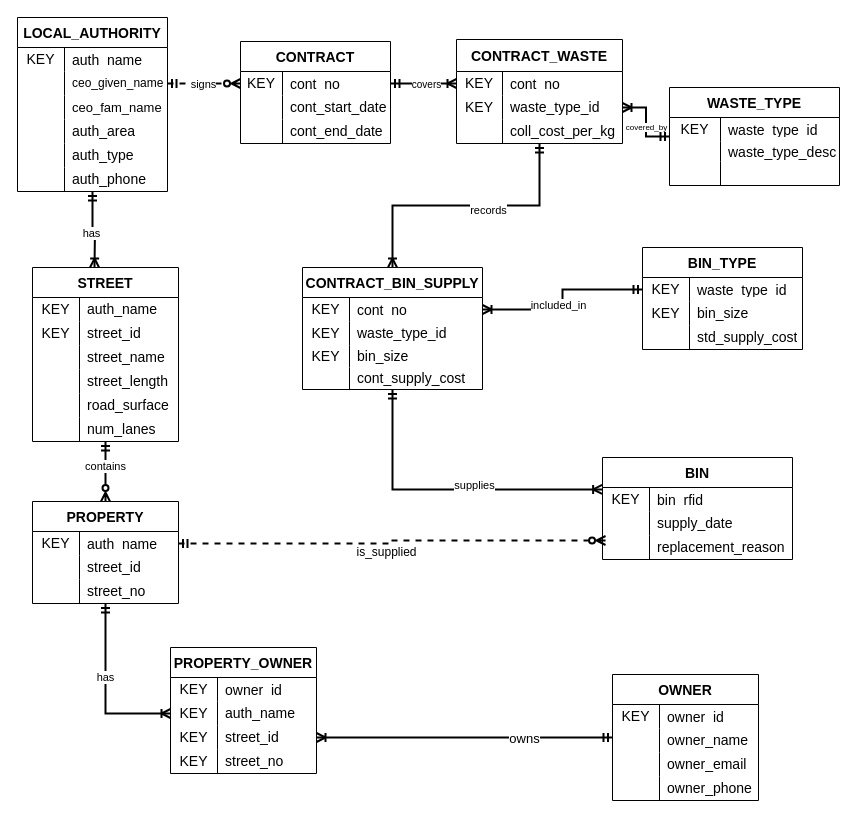
Before: Assignments/Ass1/ca_conceptual.drawio in riabansal27/databases-project, a draw.io diagram. Source tidied: cells renumbered, new cells numbered last; positions are measured from the earlier drawing's top-left corner, leaving out a move shared by most shapes. Both pictures are drawn from the tidied source at 100%, with x=0, y=0 at pixel (17, 17).
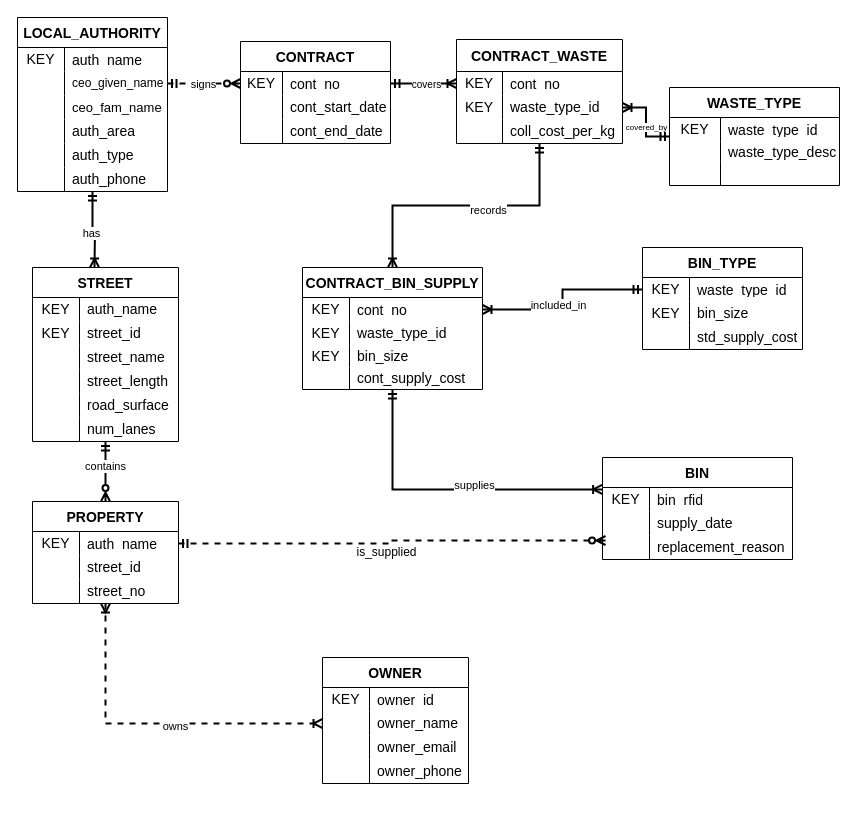
The same diagram, later.

Commit message (it also covers changes not shown here):
Removed PROPERTY_OWNER - replaced with MM relationship per unit rules

The change refers to these unchanged cells:
```xml
<mxCell id="44" value="PROPERTY" style="shape=table;startSize=30;childLayout=tableLayout;rowLines=0;fontStyle=1;fontSize=14;strokeWidth=1;rounded=0;" parent="1" vertex="1">
  <mxGeometry x="15" y="484" width="146" height="102" as="geometry" />
</mxCell>
<mxCell id="60" style="shape=tableRow;horizontal=0;startSize=0;swimlaneHead=0;swimlaneBody=0;top=0;left=0;bottom=0;right=0;fillColor=none;points=[[0,0.5],[1,0.5]];portConstraint=eastwest;strokeColor=inherit;fontSize=16;" parent="56" vertex="1">
  <mxGeometry y="54" width="146" height="24" as="geometry" />
</mxCell>
```

What changed in the source:
```diff
@@
-    <mxCell id="42" style="edgeStyle=orthogonalEdgeStyle;rounded=0;jettySize=auto;html=1;entryX=0;entryY=0.5;entryDx=0;entryDy=0;strokeWidth=2;startArrow=ERmandOne;startFill=0;endArrow=ERoneToMany;endFill=0;" parent="1" edge="1" source="44" target="142">
-      <mxGeometry relative="1" as="geometry" />
-    </mxCell>
-    <mxCell id="43" value="has" style="edgeLabel;html=1;align=center;verticalAlign=middle;" parent="42" vertex="1">
-      <mxGeometry x="-0.17" y="-1" relative="1" as="geometry" />
-    </mxCell>
+    <mxCell id="161" style="edgeStyle=orthogonalEdgeStyle;rounded=0;jettySize=auto;html=1;entryX=0;entryY=0.5;entryDx=0;entryDy=0;dashed=1;startArrow=ERoneToMany;startFill=0;endArrow=ERoneToMany;endFill=0;strokeWidth=2;" parent="1" edge="1" source="44" target="60">
+      <mxGeometry relative="1" as="geometry" />
+    </mxCell>
+    <mxCell id="55" value="owns" style="edgeLabel;html=1;align=center;verticalAlign=middle;" parent="161" vertex="1">
+      <mxGeometry x="0.12" y="-2" relative="1" as="geometry" />
+    </mxCell>
@@
-    <mxCell id="54" style="edgeStyle=orthogonalEdgeStyle;rounded=0;jettySize=auto;html=1;entryX=1;entryY=0.5;entryDx=0;entryDy=0;endArrow=ERoneToMany;endFill=0;startArrow=ERmandOne;startFill=0;strokeWidth=2;" parent="1" edge="1" source="56" target="145">
-      <mxGeometry relative="1" as="geometry" />
-    </mxCell>
-    <mxCell id="55" value="&lt;font style=&quot;font-size: 13px;&quot;&gt;owns&lt;/font&gt;" style="edgeLabel;html=1;align=center;verticalAlign=middle;" parent="54" vertex="1">
-      <mxGeometry x="-0.4" relative="1" as="geometry" />
-    </mxCell>
     <mxCell id="56" value="OWNER" style="shape=table;startSize=30;childLayout=tableLayout;rowLines=0;fontStyle=1;fontSize=14;strokeWidth=1;rounded=0;" parent="1" vertex="1">
-      <mxGeometry x="595" y="657" width="146" height="126" as="geometry" />
+      <mxGeometry x="305" y="640" width="146" height="126" as="geometry" />
     </mxCell>
@@
-    <mxCell id="138" value="PROPERTY_OWNER" style="shape=table;startSize=30;childLayout=tableLayout;rowLines=0;fontStyle=1;fontSize=14;strokeWidth=1;rounded=0;" parent="1" vertex="1">
-      <mxGeometry x="153" y="630" width="146" height="126" as="geometry" />
-    </mxCell>
-    <mxCell id="139" style="shape=tableRow;horizontal=0;startSize=0;swimlaneHead=0;swimlaneBody=0;top=0;left=0;bottom=0;right=0;fillColor=none;strokeColor=inherit;fontSize=16;" parent="138" vertex="1">
-      <mxGeometry y="30" width="146" height="24" as="geometry" />
-    </mxCell>
-    <mxCell id="140" value="KEY" style="shape=partialRectangle;html=1;whiteSpace=wrap;fillColor=none;top=0;left=0;bottom=0;right=0;overflow=hidden;strokeColor=inherit;fontSize=14;" parent="139" vertex="1">
-      <mxGeometry width="47" height="24" as="geometry" />
-    </mxCell>
-    <mxCell id="141" value="&lt;div style=&quot;line-height: 100%;&quot;&gt;owner_id&lt;/div&gt;" style="shape=partialRectangle;html=1;whiteSpace=wrap;fillColor=none;top=0;left=0;bottom=0;right=0;align=left;spacingLeft=6;overflow=hidden;strokeColor=inherit;fontSize=14;spacing=2;spacingBottom=0;" parent="139" vertex="1">
-      <mxGeometry x="47" width="99" height="24" as="geometry" />
-    </mxCell>
-    <mxCell id="142" style="shape=tableRow;horizontal=0;startSize=0;swimlaneHead=0;swimlaneBody=0;top=0;left=0;bottom=0;right=0;fillColor=none;points=[[0,0.5],[1,0.5]];portConstraint=eastwest;strokeColor=inherit;fontSize=16;" parent="138" vertex="1">
-      <mxGeometry y="54" width="146" height="24" as="geometry" />
-    </mxCell>
-    <mxCell id="143" value="KEY" style="shape=partialRectangle;html=1;whiteSpace=wrap;fillColor=none;top=0;left=0;bottom=0;right=0;overflow=hidden;strokeColor=inherit;fontSize=14;" parent="142" vertex="1">
-      <mxGeometry width="47" height="24" as="geometry" />
-    </mxCell>
-    <mxCell id="144" value="auth_name" style="shape=partialRectangle;html=1;whiteSpace=wrap;fillColor=none;top=0;left=0;bottom=0;right=0;align=left;spacingLeft=6;overflow=hidden;strokeColor=inherit;fontSize=14;" parent="142" vertex="1">
-      <mxGeometry x="47" width="99" height="24" as="geometry" />
-    </mxCell>
-    <mxCell id="145" style="shape=tableRow;horizontal=0;startSize=0;swimlaneHead=0;swimlaneBody=0;top=0;left=0;bottom=0;right=0;fillColor=none;points=[[0,0.5],[1,0.5]];portConstraint=eastwest;strokeColor=inherit;fontSize=16;" parent="138" vertex="1">
-      <mxGeometry y="78" width="146" height="24" as="geometry" />
-    </mxCell>
-    <mxCell id="146" value="KEY" style="shape=partialRectangle;html=1;whiteSpace=wrap;fillColor=none;top=0;left=0;bottom=0;right=0;overflow=hidden;strokeColor=inherit;fontSize=14;" parent="145" vertex="1">
-      <mxGeometry width="47" height="24" as="geometry" />
-    </mxCell>
-    <mxCell id="147" value="street_id" style="shape=partialRectangle;html=1;whiteSpace=wrap;fillColor=none;top=0;left=0;bottom=0;right=0;align=left;spacingLeft=6;overflow=hidden;strokeColor=inherit;fontSize=14;" parent="145" vertex="1">
-      <mxGeometry x="47" width="99" height="24" as="geometry" />
-    </mxCell>
-    <mxCell id="148" style="shape=tableRow;horizontal=0;startSize=0;swimlaneHead=0;swimlaneBody=0;top=0;left=0;bottom=0;right=0;fillColor=none;strokeColor=inherit;fontSize=16;" parent="138" vertex="1">
-      <mxGeometry y="102" width="146" height="24" as="geometry" />
-    </mxCell>
-    <mxCell id="149" value="KEY" style="shape=partialRectangle;html=1;whiteSpace=wrap;fillColor=none;top=0;left=0;bottom=0;right=0;overflow=hidden;strokeColor=inherit;fontSize=14;" parent="148" vertex="1">
-      <mxGeometry width="47" height="24" as="geometry" />
-    </mxCell>
-    <mxCell id="150" value="street_no" style="shape=partialRectangle;html=1;whiteSpace=wrap;fillColor=none;top=0;left=0;bottom=0;right=0;align=left;spacingLeft=6;overflow=hidden;strokeColor=inherit;fontSize=14;" parent="148" vertex="1">
-      <mxGeometry x="47" width="99" height="24" as="geometry" />
-    </mxCell>
```
